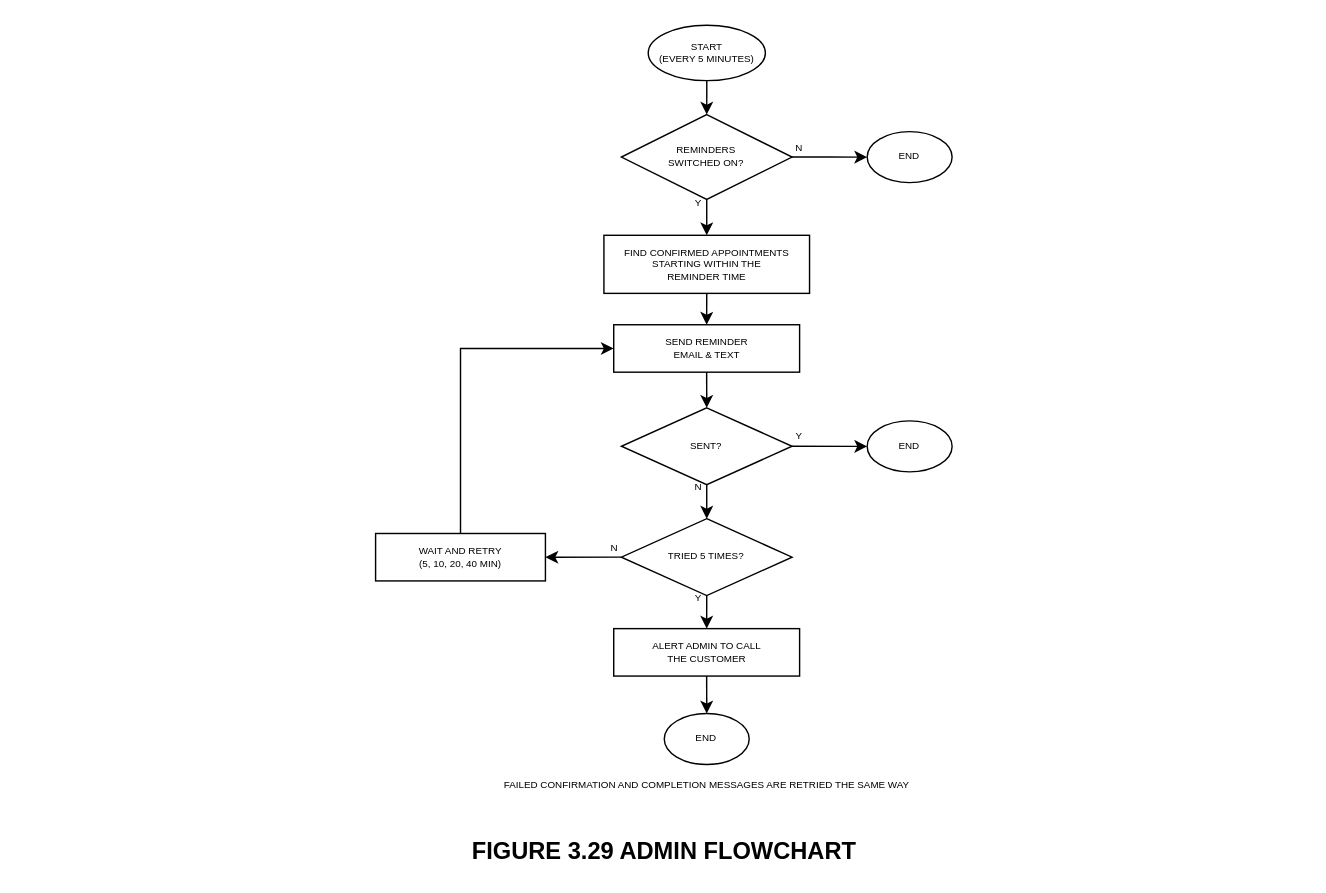
The draw.io diagram page "System - Reminders & Retries" (39 of 39) of docs/flowcharts/fake-rider-flowcharts.drawio in Mr-Midas7/thesis, before the edit. Source tidied: cells renumbered, new cells numbered last; positions are measured from the earlier drawing's top-left corner, leaving out a move shared by most shapes. Both pictures are drawn from the tidied source at 142%, with x=0, y=0 at pixel (24, 24).
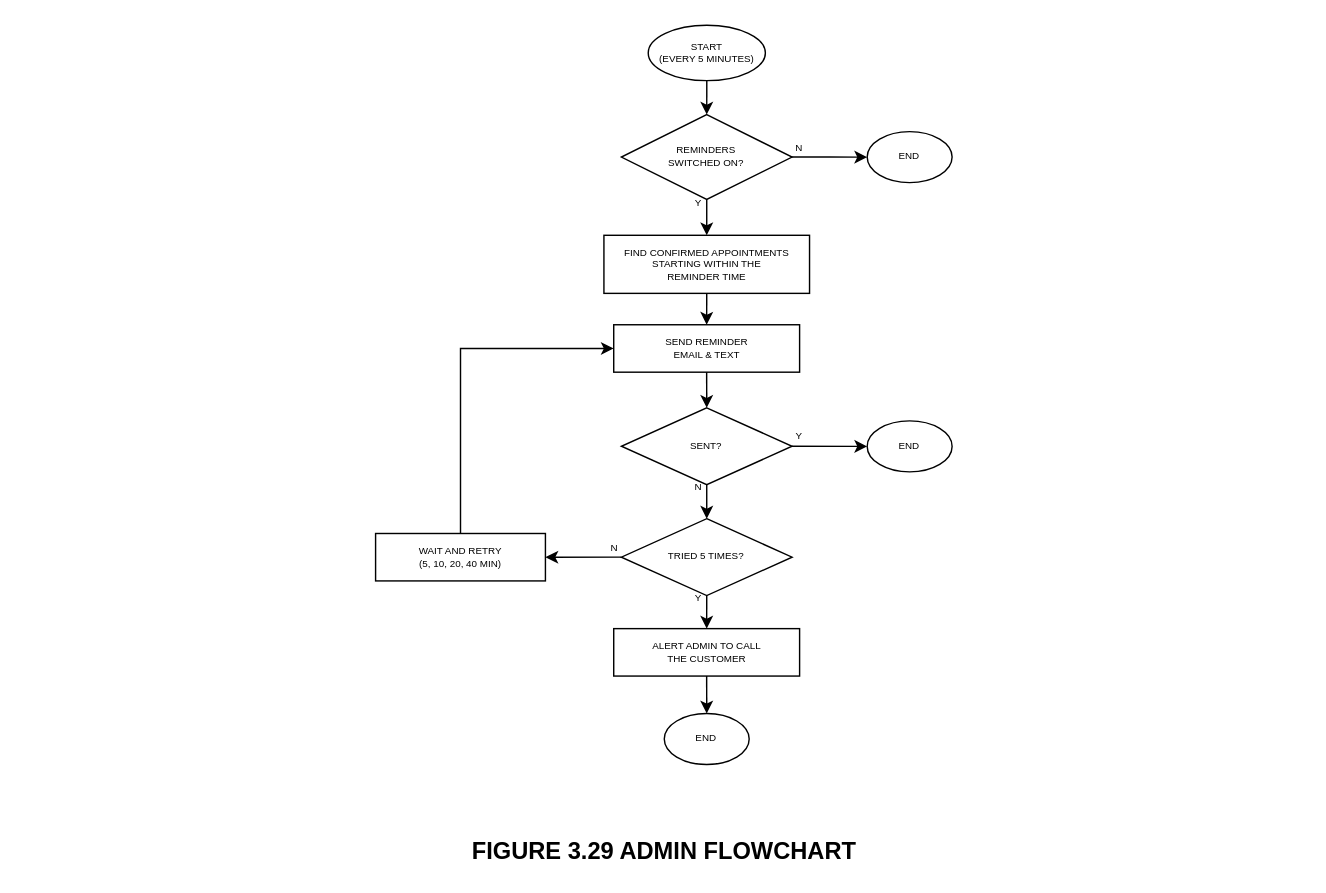
The same diagram, later.

Diff of the diagram source:
```diff
@@
-    <mxCell id="24" value="FAILED CONFIRMATION AND COMPLETION MESSAGES ARE RETRIED THE SAME WAY" style="text;html=1;align=center;verticalAlign=middle;fontFamily=Helvetica;fontSize=6.93;fontColor=#000000;" parent="1" vertex="1">
-      <mxGeometry x="278.4" y="529.7" width="402.9" height="12.6" as="geometry" />
-    </mxCell>
```
